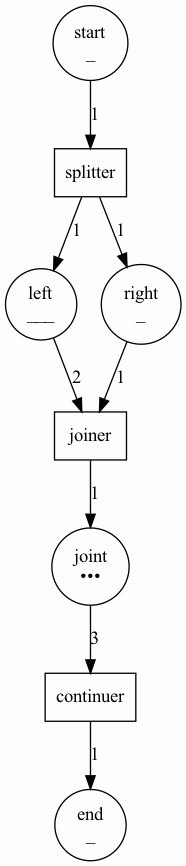
Above: petrinet3.png in iandebeer/castanet (Graphviz), before the change. Its source is kept beside it as petrinet3.dot. The source it was exported from:
```dot
digraph G {
1 [label="start\n_\n" shape=circle]
2 [label="left\n___\n" shape=circle]
3 [label="right\n_\n" shape=circle]
4 [label="joint\n•••\n" shape=circle]
5 [label="end\n_\n" shape=circle]
6 [label="splitter" shape=box]
7 [label="joiner" shape=box]
8 [label="continuer" shape=box]

1 -> 6 [label="1" ]
2 -> 7 [label="2" ]
3 -> 7 [label="1" ]
4 -> 8 [label="3" ]
6 -> 2 [label="1" ]
6 -> 3 [label="1" ]
7 -> 4 [label="1" ]
8 -> 5 [label="1" ]
}
```
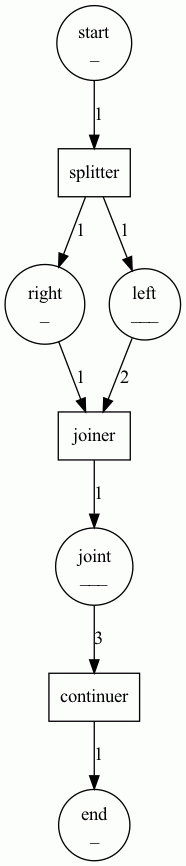
The same file after the commit.

What changed in the source:
```diff
@@ -1,19 +1,19 @@
 digraph G {
-1 [label="start\n_\n" shape=circle]
-2 [label="left\n___\n" shape=circle]
-3 [label="right\n_\n" shape=circle]
-4 [label="joint\n•••\n" shape=circle]
-5 [label="end\n_\n" shape=circle]
+0 [label="right\n_\n" shape=circle]
+1 [label="left\n___\n" shape=circle]
+2 [label="end\n_\n" shape=circle]
+3 [label="continuer" shape=box]
+4 [label="joiner" shape=box]
+5 [label="start\n_\n" shape=circle]
 6 [label="splitter" shape=box]
-7 [label="joiner" shape=box]
-8 [label="continuer" shape=box]
+7 [label="joint\n___\n" shape=circle]
 
-1 -> 6 [label="1" ]
-2 -> 7 [label="2" ]
-3 -> 7 [label="1" ]
-4 -> 8 [label="3" ]
-6 -> 2 [label="1" ]
-6 -> 3 [label="1" ]
-7 -> 4 [label="1" ]
-8 -> 5 [label="1" ]
+0 -> 4 [label="1" ]
+1 -> 4 [label="2" ]
+3 -> 2 [label="1" ]
+4 -> 7 [label="1" ]
+5 -> 6 [label="1" ]
+6 -> 1 [label="1" ]
+6 -> 0 [label="1" ]
+7 -> 3 [label="3" ]
 }
```
